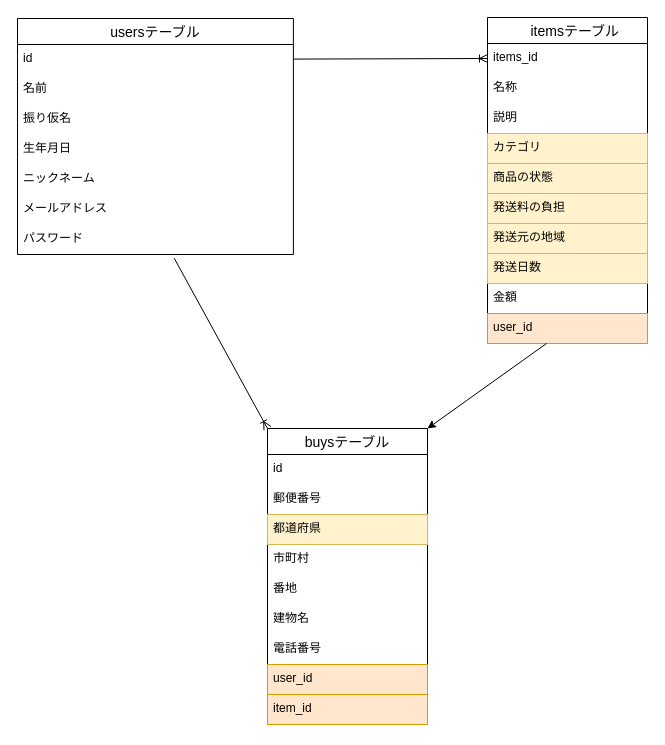
This is furima.dio from Korosuke562k/furima-42542, a draw.io file, before an edit. Source tidied: cells renumbered, new cells numbered last; positions are measured from the earlier drawing's top-left corner, leaving out a move shared by most shapes. Both pictures are drawn from the tidied source at 100%, with x=0, y=0 at pixel (17, 17).
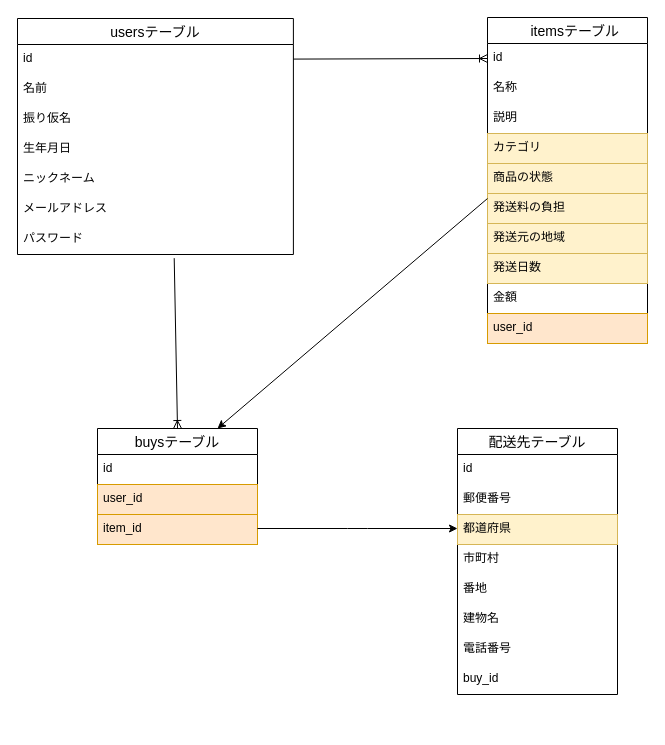
Above is the later version.

Unchanged cells that the change refers to:
```xml
<mxCell id="9" value="&lt;span style=&quot;color: rgb(0, 0, 0);&quot;&gt;パスワード&lt;/span&gt;" style="text;strokeColor=none;fillColor=none;spacingLeft=4;spacingRight=4;overflow=hidden;points=[[0,0.5],[1,0.5]];portConstraint=eastwest;fontSize=12;whiteSpace=wrap;html=1;" parent="2" vertex="1">
  <mxGeometry y="206" width="275.9" height="30" as="geometry" />
</mxCell>
<mxCell id="10" value="    itemsテーブル" style="swimlane;fontStyle=0;horizontal=1;startSize=26;align=center;fontSize=14;" parent="1" vertex="1">
  <mxGeometry x="470" width="160" height="326" as="geometry" />
</mxCell>
<mxCell id="20" value="user_id" style="text;strokeColor=#d79b00;fillColor=#ffe6cc;spacingLeft=4;spacingRight=4;overflow=hidden;points=[[0,0.5],[1,0.5]];portConstraint=eastwest;fontSize=12;whiteSpace=wrap;html=1;" parent="10" vertex="1">
  <mxGeometry y="296" width="160" height="30" as="geometry" />
</mxCell>
```

Diff of the diagram source:
```diff
@@
-    <mxCell id="11" value="items_id" style="text;strokeColor=none;fillColor=none;spacingLeft=4;spacingRight=4;overflow=hidden;points=[[0,0.5],[1,0.5]];portConstraint=eastwest;fontSize=12;whiteSpace=wrap;html=1;" parent="10" vertex="1">
+    <mxCell id="11" value="id" style="text;strokeColor=none;fillColor=none;spacingLeft=4;spacingRight=4;overflow=hidden;points=[[0,0.5],[1,0.5]];portConstraint=eastwest;fontSize=12;whiteSpace=wrap;html=1;" parent="10" vertex="1">
       <mxGeometry y="26" width="160" height="30" as="geometry" />
     </mxCell>
@@
     <mxCell id="22" value="buysテーブル" style="swimlane;fontStyle=0;horizontal=1;startSize=26;align=center;fontSize=14;" parent="1" vertex="1">
-      <mxGeometry x="250" y="411" width="160" height="296" as="geometry" />
+      <mxGeometry x="80" y="411" width="160" height="116" as="geometry" />
     </mxCell>
@@
+    <mxCell id="30" value="user_id" style="text;strokeColor=#d79b00;fillColor=#ffe6cc;spacingLeft=4;spacingRight=4;overflow=hidden;fontSize=12;whiteSpace=wrap;html=1;" parent="22" vertex="1">
+      <mxGeometry y="56" width="160" height="30" as="geometry" />
+    </mxCell>
+    <mxCell id="31" value="item_id" style="text;strokeColor=#d79b00;fillColor=#ffe6cc;spacingLeft=4;spacingRight=4;overflow=hidden;fontSize=12;whiteSpace=wrap;html=1;" parent="22" vertex="1">
+      <mxGeometry y="86" width="160" height="30" as="geometry" />
+    </mxCell>
+    <mxCell id="33" style="edgeStyle=none;html=1;entryX=0.5;entryY=0;entryDx=0;entryDy=0;endArrow=ERoneToMany;endFill=0;exitX=0.568;exitY=1.122;exitDx=0;exitDy=0;exitPerimeter=0;" parent="1" edge="1" source="9" target="22">
+      <mxGeometry relative="1" as="geometry" />
+    </mxCell>
+    <mxCell id="34" value="配送先テーブル" style="swimlane;fontStyle=0;horizontal=1;startSize=26;align=center;fontSize=14;" parent="1" vertex="1">
+      <mxGeometry x="440" y="411" width="160" height="266" as="geometry" />
+    </mxCell>
+    <mxCell id="35" value="id" style="text;strokeColor=none;fillColor=none;spacingLeft=4;spacingRight=4;overflow=hidden;fontSize=12;whiteSpace=wrap;html=1;" parent="34" vertex="1">
+      <mxGeometry y="26" width="160" height="30" as="geometry" />
+    </mxCell>
-    <mxCell id="24" value="郵便番号" style="text;strokeColor=none;fillColor=none;spacingLeft=4;spacingRight=4;overflow=hidden;fontSize=12;whiteSpace=wrap;html=1;" parent="22" vertex="1">
+    <mxCell id="24" value="郵便番号" style="text;strokeColor=none;fillColor=none;spacingLeft=4;spacingRight=4;overflow=hidden;fontSize=12;whiteSpace=wrap;html=1;" parent="34" vertex="1">
       <mxGeometry y="56" width="160" height="30" as="geometry" />
     </mxCell>
-    <mxCell id="25" value="都道府県" style="text;strokeColor=#d6b656;fillColor=#fff2cc;spacingLeft=4;spacingRight=4;overflow=hidden;fontSize=12;whiteSpace=wrap;html=1;" parent="22" vertex="1">
+    <mxCell id="25" value="都道府県" style="text;strokeColor=#d6b656;fillColor=#fff2cc;spacingLeft=4;spacingRight=4;overflow=hidden;fontSize=12;whiteSpace=wrap;html=1;" parent="34" vertex="1">
       <mxGeometry y="86" width="160" height="30" as="geometry" />
     </mxCell>
-    <mxCell id="26" value="市町村" style="text;strokeColor=none;fillColor=none;spacingLeft=4;spacingRight=4;overflow=hidden;fontSize=12;whiteSpace=wrap;html=1;" parent="22" vertex="1">
+    <mxCell id="26" value="市町村" style="text;strokeColor=none;fillColor=none;spacingLeft=4;spacingRight=4;overflow=hidden;fontSize=12;whiteSpace=wrap;html=1;" parent="34" vertex="1">
       <mxGeometry y="116" width="160" height="30" as="geometry" />
     </mxCell>
-    <mxCell id="27" value="番地" style="text;strokeColor=none;fillColor=none;spacingLeft=4;spacingRight=4;overflow=hidden;fontSize=12;whiteSpace=wrap;html=1;" parent="22" vertex="1">
+    <mxCell id="27" value="番地" style="text;strokeColor=none;fillColor=none;spacingLeft=4;spacingRight=4;overflow=hidden;fontSize=12;whiteSpace=wrap;html=1;" parent="34" vertex="1">
       <mxGeometry y="146" width="160" height="30" as="geometry" />
     </mxCell>
-    <mxCell id="28" value="&lt;div&gt;建物名&lt;/div&gt;" style="text;strokeColor=none;fillColor=none;spacingLeft=4;spacingRight=4;overflow=hidden;fontSize=12;whiteSpace=wrap;html=1;" parent="22" vertex="1">
+    <mxCell id="28" value="&lt;div&gt;建物名&lt;/div&gt;" style="text;strokeColor=none;fillColor=none;spacingLeft=4;spacingRight=4;overflow=hidden;fontSize=12;whiteSpace=wrap;html=1;" parent="34" vertex="1">
       <mxGeometry y="176" width="160" height="30" as="geometry" />
     </mxCell>
-    <mxCell id="29" value="電話番号" style="text;strokeColor=none;fillColor=none;spacingLeft=4;spacingRight=4;overflow=hidden;fontSize=12;whiteSpace=wrap;html=1;" parent="22" vertex="1">
+    <mxCell id="29" value="電話番号" style="text;strokeColor=none;fillColor=none;spacingLeft=4;spacingRight=4;overflow=hidden;fontSize=12;whiteSpace=wrap;html=1;" parent="34" vertex="1">
       <mxGeometry y="206" width="160" height="30" as="geometry" />
     </mxCell>
-    <mxCell id="30" value="user_id" style="text;strokeColor=#d79b00;fillColor=#ffe6cc;spacingLeft=4;spacingRight=4;overflow=hidden;fontSize=12;whiteSpace=wrap;html=1;" parent="22" vertex="1">
-      <mxGeometry y="236" width="160" height="30" as="geometry" />
-    </mxCell>
-    <mxCell id="31" value="item_id" style="text;strokeColor=#d79b00;fillColor=#ffe6cc;spacingLeft=4;spacingRight=4;overflow=hidden;fontSize=12;whiteSpace=wrap;html=1;" parent="22" vertex="1">
-      <mxGeometry y="266" width="160" height="30" as="geometry" />
-    </mxCell>
+    <mxCell id="36" value="buy_id" style="text;strokeColor=none;fillColor=none;spacingLeft=4;spacingRight=4;overflow=hidden;fontSize=12;whiteSpace=wrap;html=1;" parent="34" vertex="1">
+      <mxGeometry y="236" width="160" height="30" as="geometry" />
+    </mxCell>
-    <mxCell id="32" style="edgeStyle=none;html=1;entryX=1;entryY=0;entryDx=0;entryDy=0;" parent="1" edge="1" source="20" target="22">
-      <mxGeometry relative="1" as="geometry" />
+    <mxCell id="32" style="edgeStyle=none;html=1;entryX=0;entryY=0.5;entryDx=0;entryDy=0;exitX=1;exitY=0.5;exitDx=0;exitDy=0;" parent="1" edge="1">
+      <mxGeometry relative="1" as="geometry">
+        <mxPoint x="240" y="511" as="sourcePoint" />
+        <mxPoint x="440" y="511" as="targetPoint" />
+        <Array as="points">
+          <mxPoint x="340" y="511" />
+        </Array>
+      </mxGeometry>
     </mxCell>
-    <mxCell id="33" style="edgeStyle=none;html=1;entryX=0;entryY=0;entryDx=0;entryDy=0;endArrow=ERoneToMany;endFill=0;exitX=0.568;exitY=1.122;exitDx=0;exitDy=0;exitPerimeter=0;" parent="1" edge="1" source="9" target="22">
-      <mxGeometry relative="1" as="geometry" />
-    </mxCell>
+    <mxCell id="37" style="edgeStyle=none;html=1;entryX=0.75;entryY=0;entryDx=0;entryDy=0;" parent="1" edge="1" target="22">
+      <mxGeometry relative="1" as="geometry">
+        <mxPoint x="470" y="181" as="sourcePoint" />
+      </mxGeometry>
+    </mxCell>
```
